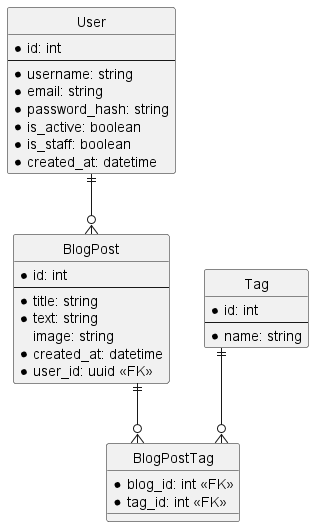
The PlantUML diagram docs/erd.png in Tomas00217/TriFrameBlog, before a commit.
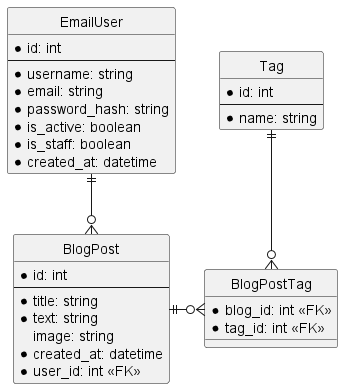
Above is the later version.

The edit, as a diff of the source:
```diff
@@ -3,7 +3,7 @@
 hide circle
 skinparam Linetype ortho
 
-entity User {
+entity EmailUser {
     * id: int
     --
     * username: string
@@ -21,7 +21,7 @@
     * text: string
     image: string
     * created_at: datetime
-    * user_id: uuid <<FK>>
+    * user_id: int <<FK>>
 }
 
 entity Tag {
@@ -35,8 +35,8 @@
     * tag_id: int <<FK>>
 }
 
-User ||--o{ BlogPost
-BlogPost ||--o{ BlogPostTag
+EmailUser ||--o{ BlogPost
+BlogPost ||--right--o{ BlogPostTag
 Tag ||--o{ BlogPostTag
 
 @enduml
```
